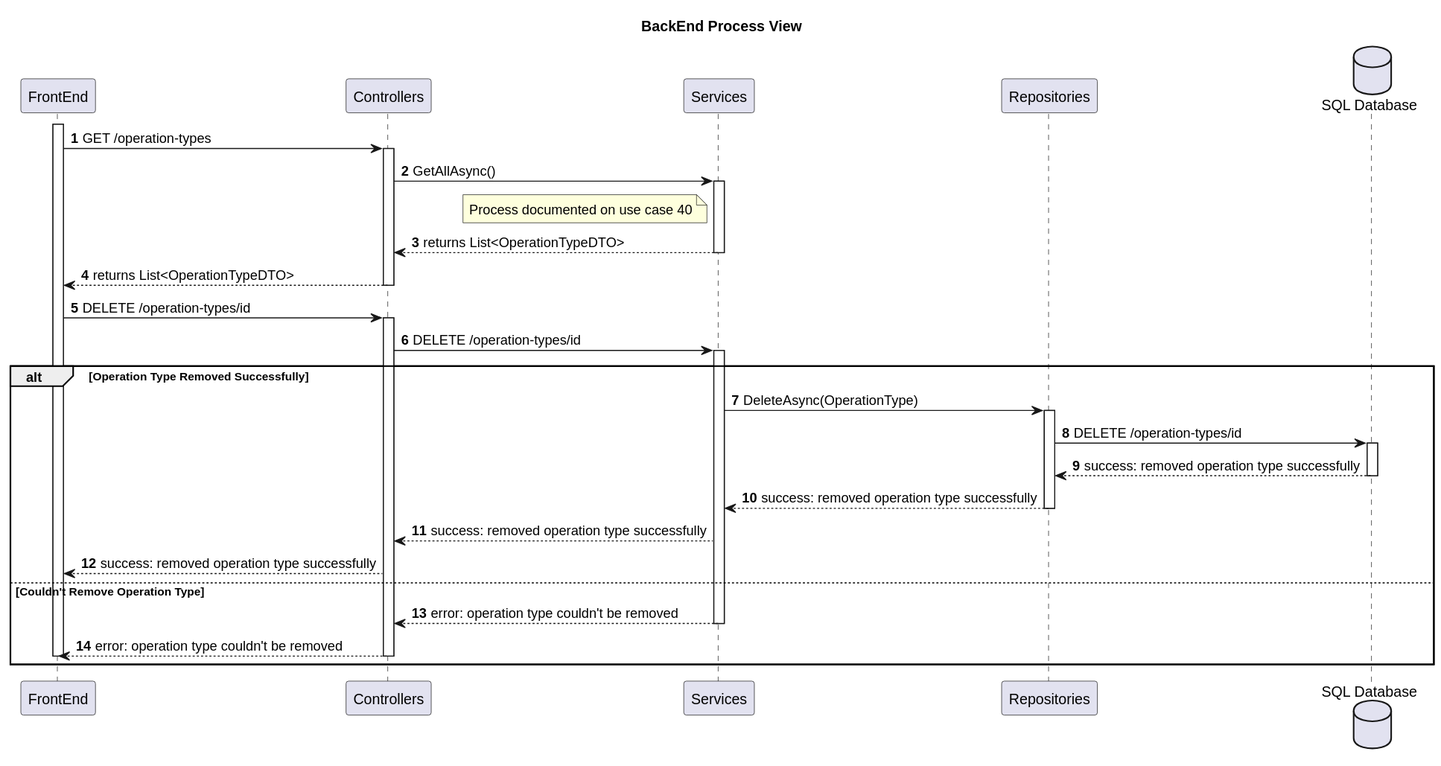
This is docs/SprintA/39-remove-operation-types/level3/backend-process-view.svg from MiguelCardoso77/SurgicalSync-BackEnd, a PlantUML export, as it was before one commit. The source it was exported from:
```plantuml
@startuml
autonumber

title BackEnd Process View

participant "FrontEnd" as FE
participant "Controllers" as CN
participant "Services" as SV
participant "Repositories" as REPO
database "SQL Database" as SQL

activate FE
    FE -> CN : GET /operation-types
    activate CN

        CN -> SV : GetAllAsync()
        activate SV

            note left of SV
                Process documented on use case 40
            end note
            SV --> CN : returns List<OperationTypeDTO>
        deactivate SV

        CN --> FE : returns List<OperationTypeDTO>
    deactivate CN

    FE -> CN: DELETE /operation-types/id
    activate CN

        CN -> SV : DELETE /operation-types/id
        activate SV

alt Operation Type Removed Successfully

            SV -> REPO : DeleteAsync(OperationType)
            activate REPO

                REPO -> SQL : DELETE /operation-types/id
                activate SQL

                    SQL --> REPO : success: removed operation type successfully
                deactivate SQL

                REPO --> SV : success: removed operation type successfully
            deactivate REPO


            SV --> CN : success: removed operation type successfully
        FE <-- CN: success: removed operation type successfully

else Couldn't Remove Operation Type

            SV --> CN : error: operation type couldn't be removed
        deactivate SV
        FE <-- CN: error: operation type couldn't be removed
    deactivate CN

deactivate FE
end
@enduml
```
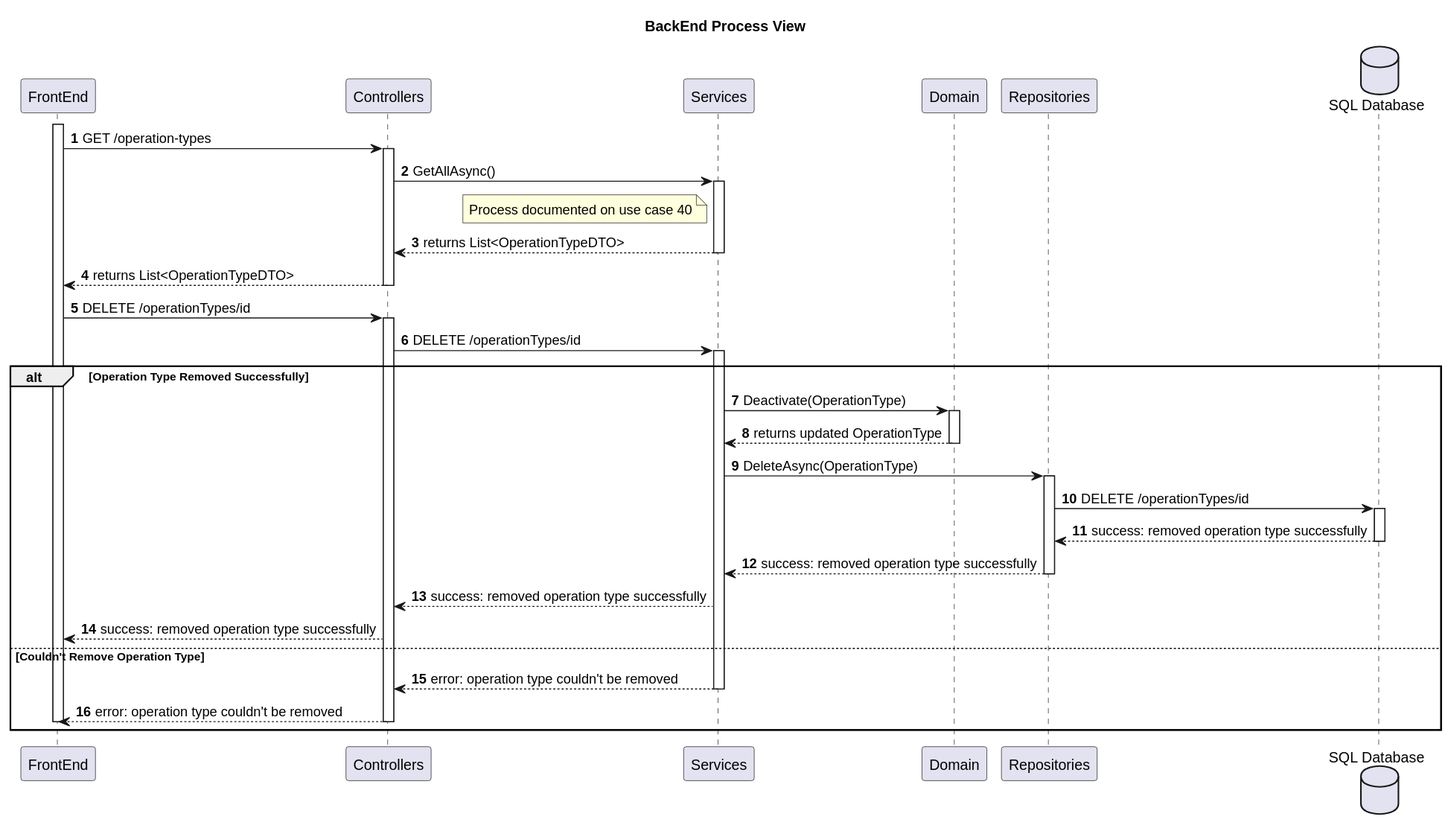
Later version of the same file.

Change to the diagram source:
```diff
@@ -6,6 +6,7 @@
 participant "FrontEnd" as FE
 participant "Controllers" as CN
 participant "Services" as SV
+participant "Domain" as DM
 participant "Repositories" as REPO
 database "SQL Database" as SQL
 
@@ -25,18 +26,24 @@
         CN --> FE : returns List<OperationTypeDTO>
     deactivate CN
 
-    FE -> CN: DELETE /operation-types/id
+    FE -> CN: DELETE /operationTypes/id
     activate CN
 
-        CN -> SV : DELETE /operation-types/id
+        CN -> SV : DELETE /operationTypes/id
         activate SV
 
 alt Operation Type Removed Successfully
 
+            SV -> DM : Deactivate(OperationType)
+            activate DM
+
+                DM --> SV : returns updated OperationType
+            deactivate DM
+
             SV -> REPO : DeleteAsync(OperationType)
             activate REPO
 
-                REPO -> SQL : DELETE /operation-types/id
+                REPO -> SQL : DELETE /operationTypes/id
                 activate SQL
 
                     SQL --> REPO : success: removed operation type successfully
```
